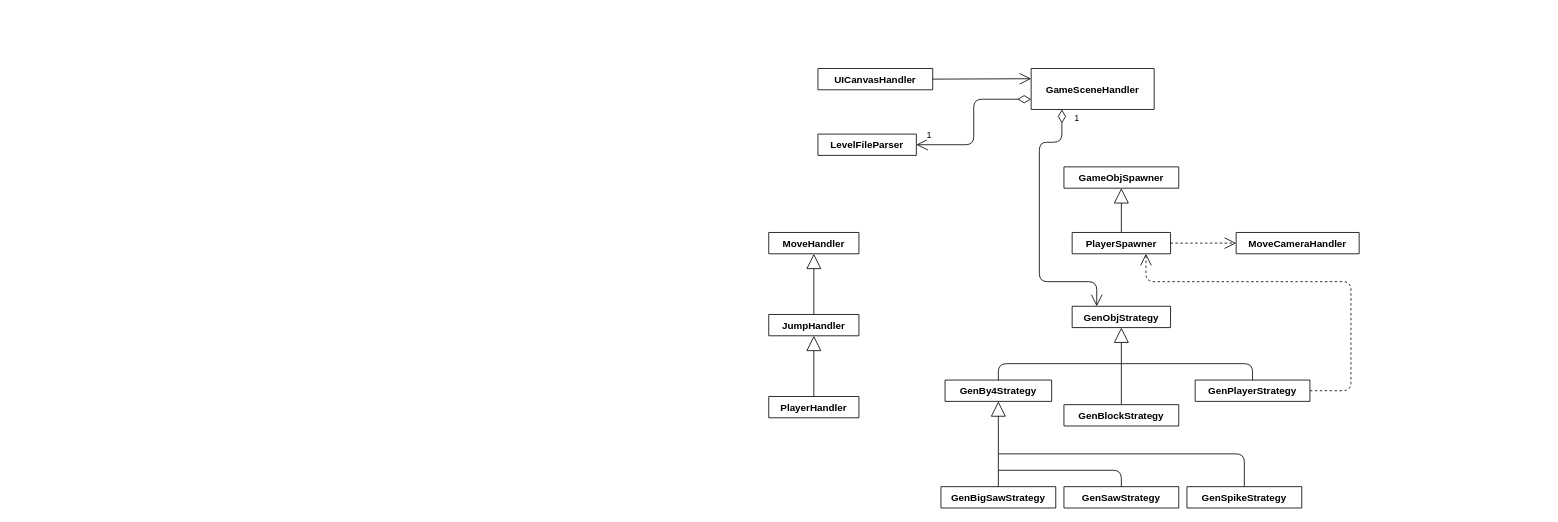
The draw.io diagram doc/class_diagram/class_diagram.drawio in itfray/GameGrinch2D, before the edit. Source tidied: cells renumbered, new cells numbered last; positions are measured from the earlier drawing's top-left corner, leaving out a move shared by most shapes. Both pictures are drawn from the tidied source at 82%, with x=0, y=0 at pixel (768, 68).
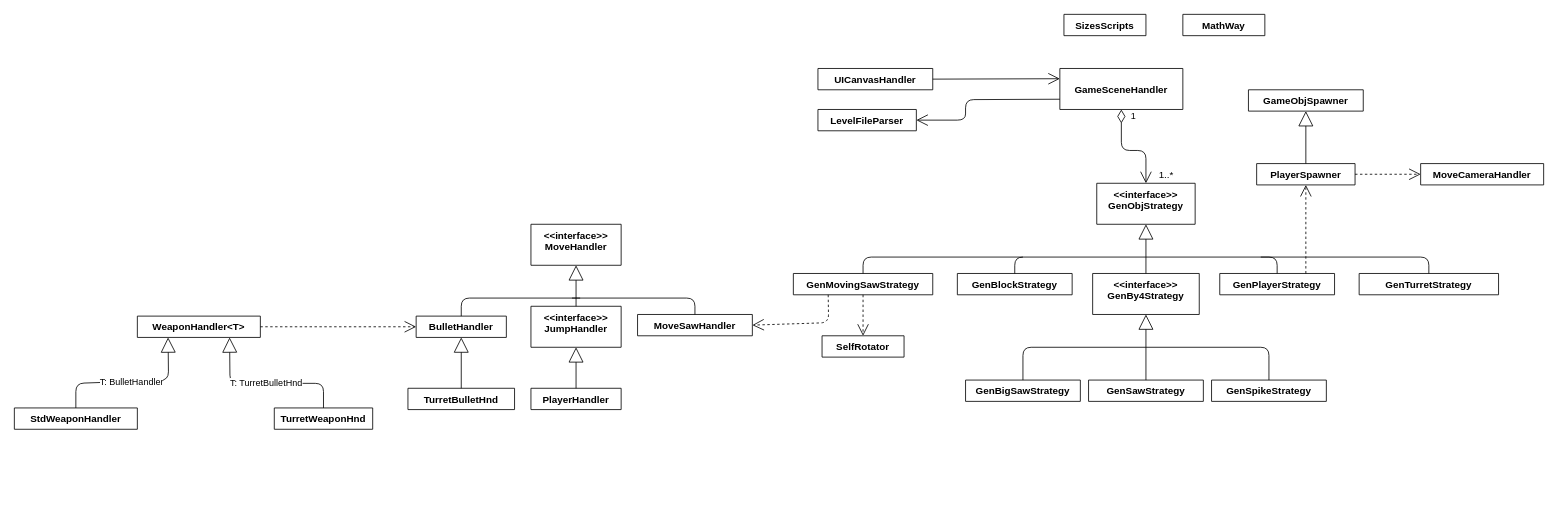
After the change.

The edit, as a diff of the source:
```diff
@@
     <mxCell id="3" value="GameSceneHandler" style="swimlane;fontStyle=1;align=center;verticalAlign=middle;horizontal=1;startSize=50;" parent="1" vertex="1" collapsed="1">
-      <mxGeometry x="320" width="150" height="50" as="geometry" />
+      <mxGeometry x="355" width="150" height="50" as="geometry" />
     </mxCell>
     <mxCell id="4" value="LevelFileParser" style="swimlane;fontStyle=1;align=center;verticalAlign=top;horizontal=1;startSize=26;" parent="1" vertex="1" collapsed="1">
-      <mxGeometry x="60" y="80" width="120" height="26" as="geometry" />
+      <mxGeometry x="60" y="50" width="120" height="26" as="geometry" />
     </mxCell>
@@
-    <mxCell id="6" value="1" style="endArrow=open;html=1;endSize=12;startArrow=diamondThin;startSize=14;startFill=0;edgeStyle=orthogonalEdgeStyle;align=left;verticalAlign=bottom;exitX=0;exitY=0.75;exitDx=0;exitDy=0;entryX=1;entryY=0.5;entryDx=0;entryDy=0;" parent="1" edge="1" source="3" target="4">
-      <mxGeometry x="0.9" y="-3" relative="1" as="geometry">
-        <mxPoint x="1" as="offset" />
-      </mxGeometry>
-    </mxCell>
     <mxCell id="7" value="MoveCameraHandler" style="swimlane;fontStyle=1;align=center;verticalAlign=top;horizontal=1;startSize=26;" parent="1" vertex="1" collapsed="1">
-      <mxGeometry x="570" y="200" width="150" height="26" as="geometry" />
+      <mxGeometry x="795" y="116" width="150" height="26" as="geometry" />
     </mxCell>
-    <mxCell id="8" value="MoveHandler" style="swimlane;fontStyle=1;align=center;verticalAlign=top;horizontal=1;startSize=26;" parent="1" vertex="1" collapsed="1">
-      <mxGeometry y="200" width="110" height="26" as="geometry" />
+    <mxCell id="8" value="&lt;&lt;interface&gt;&gt;&#10;MoveHandler" style="swimlane;fontStyle=1;align=center;verticalAlign=top;horizontal=1;startSize=50;" parent="1" vertex="1" collapsed="1">
+      <mxGeometry x="-290" y="190" width="110" height="50" as="geometry" />
     </mxCell>
-    <mxCell id="9" value="JumpHandler" style="swimlane;fontStyle=1;align=center;verticalAlign=top;horizontal=1;startSize=26;" parent="1" vertex="1" collapsed="1">
-      <mxGeometry y="300" width="110" height="26" as="geometry" />
+    <mxCell id="9" value="&lt;&lt;interface&gt;&gt;&#10;JumpHandler" style="swimlane;fontStyle=1;align=center;verticalAlign=top;horizontal=1;startSize=50;" parent="1" vertex="1" collapsed="1">
+      <mxGeometry x="-290" y="290" width="110" height="50" as="geometry" />
     </mxCell>
@@
     <mxCell id="11" value="PlayerHandler" style="swimlane;fontStyle=1;align=center;verticalAlign=top;horizontal=1;startSize=26;" parent="1" vertex="1" collapsed="1">
-      <mxGeometry y="400" width="110" height="26" as="geometry" />
+      <mxGeometry x="-290" y="390" width="110" height="26" as="geometry" />
     </mxCell>
@@
     <mxCell id="13" value="GameObjSpawner" style="swimlane;fontStyle=1;align=center;verticalAlign=top;horizontal=1;startSize=26;" parent="1" vertex="1" collapsed="1">
-      <mxGeometry x="360" y="120" width="140" height="26" as="geometry" />
+      <mxGeometry x="585" y="26" width="140" height="26" as="geometry" />
     </mxCell>
     <mxCell id="14" value="PlayerSpawner" style="swimlane;fontStyle=1;align=center;verticalAlign=top;horizontal=1;startSize=26;" parent="1" vertex="1" collapsed="1">
-      <mxGeometry x="370" y="200" width="120" height="26" as="geometry" />
+      <mxGeometry x="595" y="116" width="120" height="26" as="geometry" />
     </mxCell>
@@
-    <mxCell id="17" value="GenObjStrategy" style="swimlane;fontStyle=1;align=center;verticalAlign=top;horizontal=1;startSize=26;" parent="1" vertex="1" collapsed="1">
-      <mxGeometry x="370" y="290" width="120" height="26" as="geometry" />
+    <mxCell id="17" value="&lt;&lt;interface&gt;&gt;&#10;GenObjStrategy" style="swimlane;fontStyle=1;align=center;verticalAlign=top;horizontal=1;startSize=50;" parent="1" vertex="1" collapsed="1">
+      <mxGeometry x="400" y="140" width="120" height="50" as="geometry" />
     </mxCell>
-    <mxCell id="18" style="endArrow=block;endSize=16;endFill=0;html=1;entryX=0.5;entryY=1;entryDx=0;entryDy=0;exitX=0.5;exitY=0;exitDx=0;exitDy=0;" parent="1" edge="1" source="19" target="17">
-      <mxGeometry relative="1" as="geometry" />
-    </mxCell>
     <mxCell id="19" value="GenBlockStrategy" style="swimlane;fontStyle=1;align=center;verticalAlign=top;horizontal=1;startSize=26;" parent="1" vertex="1" collapsed="1">
-      <mxGeometry x="360" y="410" width="140" height="26" as="geometry" />
+      <mxGeometry x="230" y="250" width="140" height="26" as="geometry" />
     </mxCell>
     <mxCell id="20" value="GenPlayerStrategy" style="swimlane;fontStyle=1;align=center;verticalAlign=top;horizontal=1;startSize=26;" parent="1" vertex="1" collapsed="1">
-      <mxGeometry x="520" y="380" width="140" height="26" as="geometry" />
+      <mxGeometry x="550" y="250" width="140" height="26" as="geometry" />
     </mxCell>
     <mxCell id="21" value="GenSawStrategy" style="swimlane;fontStyle=1;align=center;verticalAlign=top;horizontal=1;startSize=26;" parent="1" vertex="1" collapsed="1">
-      <mxGeometry x="360" y="510" width="140" height="26" as="geometry" />
+      <mxGeometry x="390" y="380" width="140" height="26" as="geometry" />
     </mxCell>
     <mxCell id="22" value="GenBigSawStrategy" style="swimlane;fontStyle=1;align=center;verticalAlign=top;horizontal=1;startSize=26;" parent="1" vertex="1" collapsed="1">
-      <mxGeometry x="210" y="510" width="140" height="26" as="geometry" />
+      <mxGeometry x="240" y="380" width="140" height="26" as="geometry" />
     </mxCell>
     <mxCell id="23" style="endArrow=none;html=1;entryX=0.5;entryY=0;entryDx=0;entryDy=0;" parent="1" edge="1" target="20">
       <mxGeometry relative="1" as="geometry">
-        <mxPoint x="430" y="360" as="sourcePoint" />
+        <mxPoint x="460" y="230" as="sourcePoint" />
         <Array as="points">
-          <mxPoint x="590" y="360" />
+          <mxPoint x="620" y="230" />
         </Array>
       </mxGeometry>
     </mxCell>
-    <mxCell id="24" style="endArrow=open;endSize=12;dashed=1;html=1;entryX=0.75;entryY=1;entryDx=0;entryDy=0;exitX=1;exitY=0.5;exitDx=0;exitDy=0;" parent="1" edge="1" source="20" target="14">
-      <mxGeometry relative="1" as="geometry">
-        <Array as="points">
-          <mxPoint x="710" y="393" />
-          <mxPoint x="710" y="360" />
-          <mxPoint x="710" y="260" />
-          <mxPoint x="460" y="260" />
-        </Array>
-      </mxGeometry>
-    </mxCell>
-    <mxCell id="25" value="1" style="endArrow=open;html=1;endSize=12;startArrow=diamondThin;startSize=14;startFill=0;edgeStyle=orthogonalEdgeStyle;align=left;verticalAlign=bottom;exitX=0.25;exitY=1;exitDx=0;exitDy=0;entryX=0.25;entryY=0;entryDx=0;entryDy=0;" parent="1" edge="1" source="3" target="17">
-      <mxGeometry x="-0.88" y="13" relative="1" as="geometry">
+    <mxCell id="25" value="1" style="endArrow=open;html=1;endSize=12;startArrow=diamondThin;startSize=14;startFill=0;edgeStyle=orthogonalEdgeStyle;align=left;verticalAlign=bottom;exitX=0.5;exitY=1;exitDx=0;exitDy=0;entryX=0.5;entryY=0;entryDx=0;entryDy=0;" parent="1" edge="1" source="3" target="17">
+      <mxGeometry x="-0.71" y="10" relative="1" as="geometry">
         <Array as="points">
-          <mxPoint x="358" y="90" />
-          <mxPoint x="330" y="90" />
-          <mxPoint x="330" y="260" />
-          <mxPoint x="400" y="260" />
+          <mxPoint x="430" y="100" />
+          <mxPoint x="460" y="100" />
         </Array>
       </mxGeometry>
     </mxCell>
-    <mxCell id="26" value="GenBy4Strategy" style="swimlane;fontStyle=1;align=center;verticalAlign=top;horizontal=1;startSize=26;" parent="1" vertex="1" collapsed="1">
-      <mxGeometry x="215" y="380" width="130" height="26" as="geometry" />
+    <mxCell id="26" value="&lt;&lt;interface&gt;&gt;&#10;GenBy4Strategy" style="swimlane;fontStyle=1;align=center;verticalAlign=top;horizontal=1;startSize=60;" parent="1" vertex="1" collapsed="1">
+      <mxGeometry x="395" y="250" width="130" height="50" as="geometry" />
     </mxCell>
-    <mxCell id="27" style="endArrow=none;html=1;exitX=0.5;exitY=0;exitDx=0;exitDy=0;" parent="1" edge="1" source="26">
+    <mxCell id="27" style="endArrow=none;html=1;exitX=0.5;exitY=0;exitDx=0;exitDy=0;" parent="1" edge="1" source="19">
       <mxGeometry relative="1" as="geometry">
-        <mxPoint x="430" y="360" as="targetPoint" />
+        <mxPoint x="460" y="230" as="targetPoint" />
         <Array as="points">
-          <mxPoint x="280" y="360" />
+          <mxPoint x="300" y="230" />
         </Array>
       </mxGeometry>
     </mxCell>
-    <mxCell id="28" style="endArrow=block;endSize=16;endFill=0;html=1;entryX=0.5;entryY=1;entryDx=0;entryDy=0;exitX=0.5;exitY=0;exitDx=0;exitDy=0;" parent="1" edge="1" source="22" target="26">
+    <mxCell id="28" style="endArrow=block;endSize=16;endFill=0;html=1;entryX=0.5;entryY=1;entryDx=0;entryDy=0;exitX=0.5;exitY=0;exitDx=0;exitDy=0;" parent="1" edge="1" source="21" target="26">
       <mxGeometry relative="1" as="geometry" />
     </mxCell>
     <mxCell id="29" value="GenSpikeStrategy" style="swimlane;fontStyle=1;align=center;verticalAlign=top;horizontal=1;startSize=26;" parent="1" vertex="1" collapsed="1">
-      <mxGeometry x="510" y="510" width="140" height="26" as="geometry" />
+      <mxGeometry x="540" y="380" width="140" height="26" as="geometry" />
     </mxCell>
-    <mxCell id="30" style="endArrow=none;html=1;entryX=0.5;entryY=0;entryDx=0;entryDy=0;" parent="1" edge="1" target="21">
+    <mxCell id="30" style="endArrow=none;html=1;entryX=0.5;entryY=0;entryDx=0;entryDy=0;" parent="1" edge="1" target="22">
       <mxGeometry relative="1" as="geometry">
-        <mxPoint x="280" y="490" as="sourcePoint" />
+        <mxPoint x="460" y="340" as="sourcePoint" />
         <Array as="points">
-          <mxPoint x="430" y="490" />
+          <mxPoint x="310" y="340" />
         </Array>
       </mxGeometry>
     </mxCell>
     <mxCell id="31" style="endArrow=none;html=1;entryX=0.5;entryY=0;entryDx=0;entryDy=0;" parent="1" edge="1" target="29">
       <mxGeometry relative="1" as="geometry">
-        <mxPoint x="280" y="470" as="sourcePoint" />
+        <mxPoint x="460" y="340" as="sourcePoint" />
         <Array as="points">
-          <mxPoint x="580" y="470" />
+          <mxPoint x="610" y="340" />
         </Array>
       </mxGeometry>
     </mxCell>
+    <mxCell id="6" style="endArrow=open;endFill=1;endSize=12;html=1;exitX=0;exitY=0.75;exitDx=0;exitDy=0;entryX=1;entryY=0.5;entryDx=0;entryDy=0;" parent="1" edge="1" source="3" target="4">
+      <mxGeometry relative="1" as="geometry">
+        <Array as="points">
+          <mxPoint x="240" y="38" />
+          <mxPoint x="240" y="63" />
+        </Array>
+      </mxGeometry>
+    </mxCell>
+    <mxCell id="32" style="endArrow=block;endSize=16;endFill=0;html=1;exitX=0.5;exitY=0;exitDx=0;exitDy=0;entryX=0.5;entryY=1;entryDx=0;entryDy=0;" parent="1" edge="1" source="26" target="17">
+      <mxGeometry relative="1" as="geometry" />
+    </mxCell>
+    <mxCell id="33" value="GenMovingSawStrategy" style="swimlane;fontStyle=1;align=center;verticalAlign=top;horizontal=1;startSize=26;" parent="1" vertex="1" collapsed="1">
+      <mxGeometry x="30" y="250" width="170" height="26" as="geometry" />
+    </mxCell>
+    <mxCell id="34" style="endArrow=none;html=1;exitX=0.5;exitY=0;exitDx=0;exitDy=0;" parent="1" edge="1" source="33">
+      <mxGeometry relative="1" as="geometry">
+        <mxPoint x="310" y="230" as="targetPoint" />
+        <Array as="points">
+          <mxPoint x="115" y="230" />
+        </Array>
+      </mxGeometry>
+    </mxCell>
+    <mxCell id="35" value="GenTurretStrategy" style="swimlane;fontStyle=1;align=center;verticalAlign=top;horizontal=1;startSize=26;" parent="1" vertex="1" collapsed="1">
+      <mxGeometry x="720" y="250" width="170" height="26" as="geometry" />
+    </mxCell>
+    <mxCell id="36" style="endArrow=none;html=1;entryX=0.5;entryY=0;entryDx=0;entryDy=0;" parent="1" edge="1" target="35">
+      <mxGeometry relative="1" as="geometry">
+        <mxPoint x="600" y="230" as="sourcePoint" />
+        <Array as="points">
+          <mxPoint x="805" y="230" />
+        </Array>
+      </mxGeometry>
+    </mxCell>
+    <mxCell id="37" value="1..*" style="text;html=1;strokeColor=none;fillColor=none;align=center;verticalAlign=middle;whiteSpace=wrap;rounded=0;" parent="1" vertex="1">
+      <mxGeometry x="465" y="120" width="40" height="20" as="geometry" />
+    </mxCell>
+    <mxCell id="38" value="MoveSawHandler" style="swimlane;fontStyle=1;align=center;verticalAlign=top;horizontal=1;startSize=26;" parent="1" vertex="1" collapsed="1">
+      <mxGeometry x="-160" y="300" width="140" height="26" as="geometry" />
+    </mxCell>
+    <mxCell id="39" style="endArrow=none;html=1;exitX=0.5;exitY=0;exitDx=0;exitDy=0;" parent="1" edge="1" source="38">
+      <mxGeometry relative="1" as="geometry">
+        <mxPoint x="-240" y="280" as="targetPoint" />
+        <Array as="points">
+          <mxPoint x="-90" y="280" />
+        </Array>
+      </mxGeometry>
+    </mxCell>
+    <mxCell id="40" value="SelfRotator" style="swimlane;fontStyle=1;align=center;verticalAlign=top;horizontal=1;startSize=26;" parent="1" vertex="1" collapsed="1">
+      <mxGeometry x="65" y="326" width="100" height="26" as="geometry" />
+    </mxCell>
+    <mxCell id="41" style="endArrow=open;endSize=12;dashed=1;html=1;exitX=0.5;exitY=1;exitDx=0;exitDy=0;entryX=0.5;entryY=0;entryDx=0;entryDy=0;" parent="1" edge="1" source="33" target="40">
+      <mxGeometry relative="1" as="geometry" />
+    </mxCell>
+    <mxCell id="42" style="endArrow=open;endSize=12;dashed=1;html=1;exitX=0.25;exitY=1;exitDx=0;exitDy=0;entryX=1;entryY=0.5;entryDx=0;entryDy=0;" parent="1" edge="1" source="33" target="38">
+      <mxGeometry relative="1" as="geometry">
+        <Array as="points">
+          <mxPoint x="73" y="310" />
+        </Array>
+      </mxGeometry>
+    </mxCell>
+    <mxCell id="24" style="endArrow=open;endSize=12;dashed=1;html=1;exitX=0.75;exitY=0;exitDx=0;exitDy=0;entryX=0.5;entryY=1;entryDx=0;entryDy=0;" parent="1" edge="1" source="20" target="14">
+      <mxGeometry relative="1" as="geometry" />
+    </mxCell>
+    <mxCell id="43" value="BulletHandler" style="swimlane;fontStyle=1;align=center;verticalAlign=top;horizontal=1;startSize=26;" parent="1" vertex="1" collapsed="1">
+      <mxGeometry x="-430" y="302" width="110" height="26" as="geometry" />
+    </mxCell>
+    <mxCell id="44" value="TurretBulletHnd" style="swimlane;fontStyle=1;align=center;verticalAlign=top;horizontal=1;startSize=26;" parent="1" vertex="1" collapsed="1">
+      <mxGeometry x="-440" y="390" width="130" height="26" as="geometry" />
+    </mxCell>
+    <mxCell id="45" style="endArrow=block;endSize=16;endFill=0;html=1;entryX=0.5;entryY=1;entryDx=0;entryDy=0;exitX=0.5;exitY=0;exitDx=0;exitDy=0;" parent="1" edge="1" source="44" target="43">
+      <mxGeometry relative="1" as="geometry" />
+    </mxCell>
+    <mxCell id="46" style="endArrow=none;html=1;exitX=0.5;exitY=0;exitDx=0;exitDy=0;" parent="1" edge="1" source="43">
+      <mxGeometry relative="1" as="geometry">
+        <mxPoint x="-230" y="280" as="targetPoint" />
+        <Array as="points">
+          <mxPoint x="-375" y="280" />
+        </Array>
+      </mxGeometry>
+    </mxCell>
+    <mxCell id="47" value="WeaponHandler&lt;T&gt;" style="swimlane;fontStyle=1;align=center;verticalAlign=top;horizontal=1;startSize=26;" parent="1" vertex="1" collapsed="1">
+      <mxGeometry x="-770" y="302" width="150" height="26" as="geometry" />
+    </mxCell>
+    <mxCell id="48" value="StdWeaponHandler" style="swimlane;fontStyle=1;align=center;verticalAlign=top;horizontal=1;startSize=26;" parent="1" vertex="1" collapsed="1">
+      <mxGeometry x="-920" y="414" width="150" height="26" as="geometry" />
+    </mxCell>
+    <mxCell id="49" value="T: BulletHandler" style="endArrow=block;endSize=16;endFill=0;html=1;exitX=0.5;exitY=0;exitDx=0;exitDy=0;entryX=0.25;entryY=1;entryDx=0;entryDy=0;" parent="1" edge="1" source="48" target="47">
+      <mxGeometry relative="1" as="geometry">
+        <Array as="points">
+          <mxPoint x="-845" y="384" />
+          <mxPoint x="-732" y="380" />
+        </Array>
+      </mxGeometry>
+    </mxCell>
+    <mxCell id="50" value="TurretWeaponHnd" style="swimlane;fontStyle=1;align=center;verticalAlign=top;horizontal=1;startSize=26;" parent="1" vertex="1" collapsed="1">
+      <mxGeometry x="-603" y="414" width="120" height="26" as="geometry" />
+    </mxCell>
+    <mxCell id="51" value="T: TurretBulletHnd" style="endArrow=block;endSize=16;endFill=0;html=1;exitX=0.5;exitY=0;exitDx=0;exitDy=0;entryX=0.75;entryY=1;entryDx=0;entryDy=0;" parent="1" edge="1" source="50" target="47">
+      <mxGeometry relative="1" as="geometry">
+        <Array as="points">
+          <mxPoint x="-543" y="384" />
+          <mxPoint x="-657" y="384" />
+        </Array>
+      </mxGeometry>
+    </mxCell>
+    <mxCell id="52" style="endArrow=open;endSize=12;dashed=1;html=1;exitX=1;exitY=0.5;exitDx=0;exitDy=0;entryX=0;entryY=0.5;entryDx=0;entryDy=0;" parent="1" edge="1" source="47" target="43">
+      <mxGeometry relative="1" as="geometry" />
+    </mxCell>
+    <mxCell id="53" value="SizesScripts" style="swimlane;fontStyle=1;align=center;verticalAlign=top;horizontal=1;startSize=26;" parent="1" vertex="1" collapsed="1">
+      <mxGeometry x="360" y="-66" width="100" height="26" as="geometry" />
+    </mxCell>
+    <mxCell id="54" value="MathWay" style="swimlane;fontStyle=1;align=center;verticalAlign=top;horizontal=1;startSize=26;" parent="1" vertex="1" collapsed="1">
+      <mxGeometry x="505" y="-66" width="100" height="26" as="geometry" />
+    </mxCell>
```
